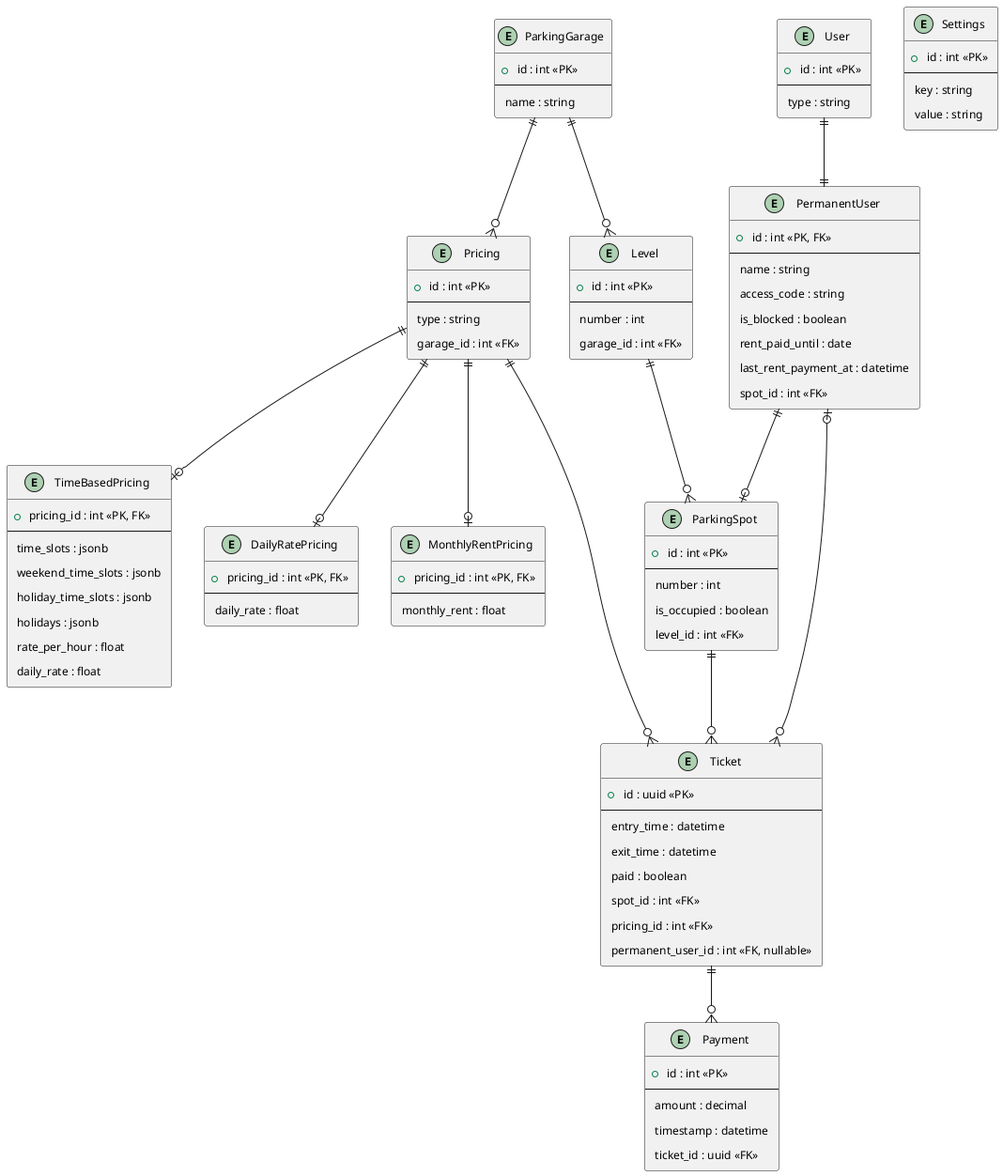
This is documentation/diagrams/ERD_Realisierung.png from Adyrem/parking, a PlantUML export, as it was before one commit.
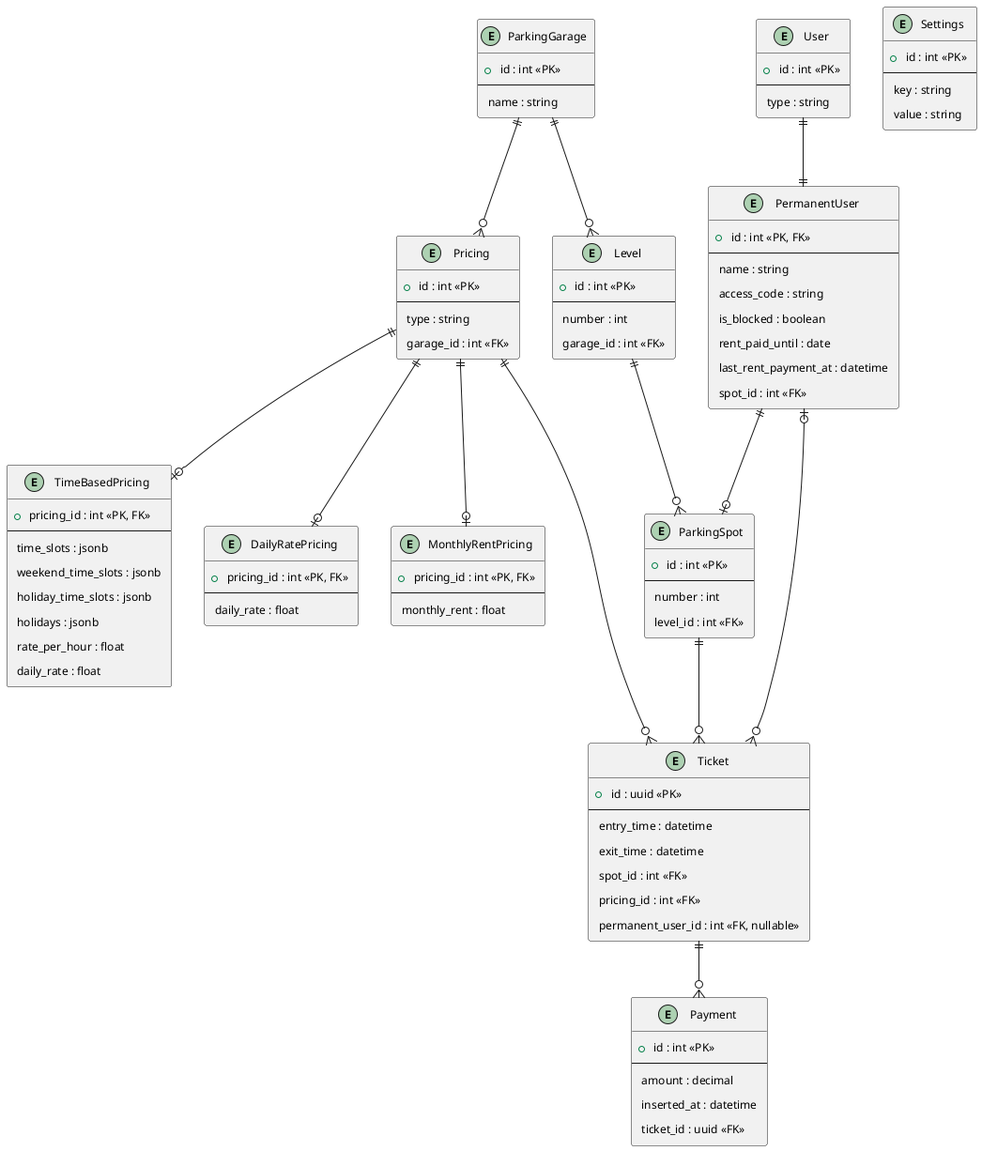
After the change.

Diff of the diagram source:
```diff
@@ -20,7 +20,6 @@
   +id : int <<PK>>
   --
   number : int
-  is_occupied : boolean
   level_id : int <<FK>>
 }
 
@@ -29,7 +28,6 @@
   --
   entry_time : datetime
   exit_time : datetime
-  paid : boolean
   spot_id : int <<FK>>
   pricing_id : int <<FK>>
   permanent_user_id : int <<FK, nullable>>
@@ -69,7 +67,7 @@
   +id : int <<PK>>
   --
   amount : decimal
-  timestamp : datetime
+  inserted_at : datetime
   ticket_id : uuid <<FK>>
 }
 
```
